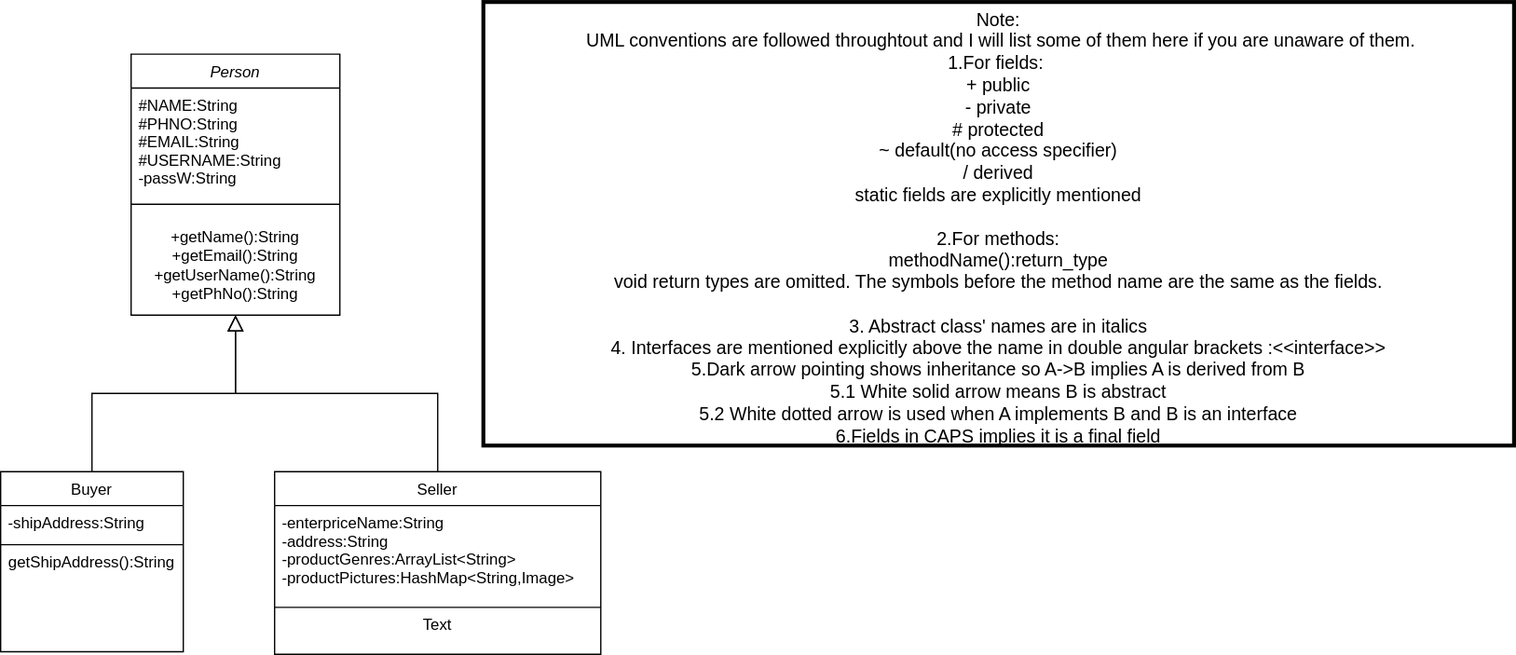
harry7337/The-Idea keeps this draw.io diagram as Class Diagram.svg. Above is the earlier version. Source tidied: cells renumbered, new cells last; positions are measured from the earlier drawing's top-left corner, leaving out a move shared by most shapes.
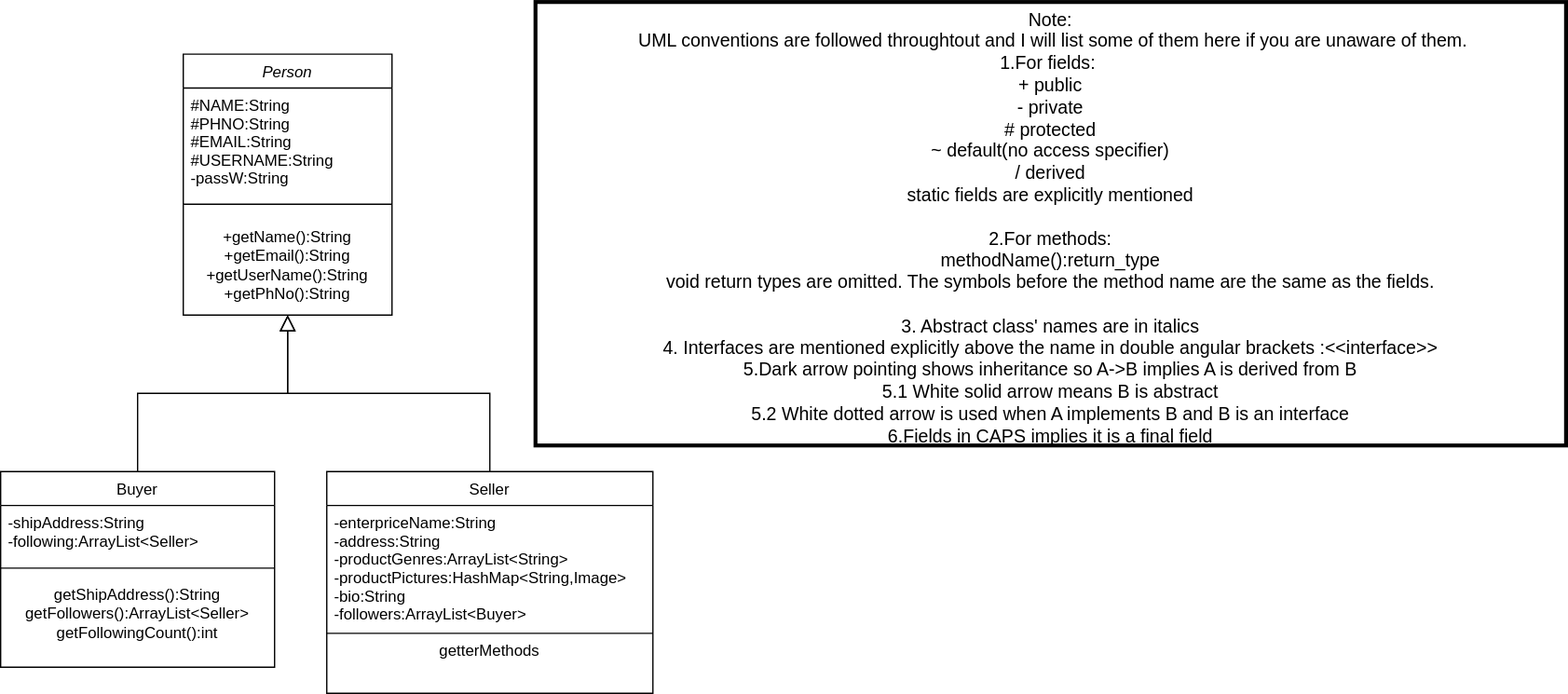
After the commit.

The edit, as a diff of the source:
```diff
@@ -15,31 +15,31 @@
       <mxGeometry y="120" width="160" height="70" as="geometry" />
     </mxCell>
     <mxCell id="6" value="Buyer" style="swimlane;fontStyle=0;align=center;verticalAlign=top;horizontal=1;startSize=26;rounded=0;shadow=0;strokeWidth=1;" parent="1" vertex="1">
-      <mxGeometry y="360" width="140" height="138" as="geometry" />
+      <mxGeometry x="-40" y="360" width="210" height="150" as="geometry" />
     </mxCell>
-    <mxCell id="7" value="-shipAddress:String" style="text;align=left;verticalAlign=top;spacingLeft=4;spacingRight=4;overflow=hidden;" parent="6" vertex="1">
-      <mxGeometry y="26" width="140" height="26" as="geometry" />
+    <mxCell id="7" value="-shipAddress:String&#10;-following:ArrayList&lt;Seller&gt;" style="text;align=left;verticalAlign=top;spacingLeft=4;spacingRight=4;overflow=hidden;" parent="6" vertex="1">
+      <mxGeometry y="26" width="210" height="44" as="geometry" />
     </mxCell>
     <mxCell id="8" style="line;html=1;strokeWidth=1;align=left;verticalAlign=middle;spacingTop=-1;spacingLeft=3;spacingRight=3;labelPosition=right;" parent="6" vertex="1">
-      <mxGeometry y="52" width="140" height="8" as="geometry" />
+      <mxGeometry y="70" width="210" height="8" as="geometry" />
     </mxCell>
-    <mxCell id="9" value="getShipAddress():String&lt;br&gt;" style="text;html=1;strokeColor=none;fillColor=none;align=center;verticalAlign=middle;whiteSpace=wrap;rounded=0;" parent="6" vertex="1">
-      <mxGeometry y="60" width="140" height="20" as="geometry" />
+    <mxCell id="9" value="getShipAddress():String&lt;br&gt;getFollowers():ArrayList&amp;lt;Seller&amp;gt;&lt;br&gt;getFollowingCount():int" style="text;html=1;strokeColor=none;fillColor=none;align=center;verticalAlign=middle;whiteSpace=wrap;rounded=0;" parent="6" vertex="1">
+      <mxGeometry y="78" width="210" height="62" as="geometry" />
     </mxCell>
     <mxCell id="10" style="endArrow=block;endSize=10;endFill=0;shadow=0;strokeWidth=1;rounded=0;edgeStyle=elbowEdgeStyle;elbow=vertical;" parent="1" edge="1" source="6" target="2">
       <mxGeometry relative="1" as="geometry" />
     </mxCell>
     <mxCell id="11" value="Seller" style="swimlane;fontStyle=0;align=center;verticalAlign=top;horizontal=1;startSize=26;rounded=0;shadow=0;strokeWidth=1;" parent="1" vertex="1">
-      <mxGeometry x="210" y="360" width="250" height="140" as="geometry" />
+      <mxGeometry x="210" y="360" width="250" height="170" as="geometry" />
     </mxCell>
-    <mxCell id="12" value="-enterpriceName:String&#10;-address:String&#10;-productGenres:ArrayList&lt;String&gt;&#10;-productPictures:HashMap&lt;String,Image&gt;" style="text;align=left;verticalAlign=top;spacingLeft=4;spacingRight=4;overflow=hidden;" parent="11" vertex="1">
-      <mxGeometry y="26" width="250" height="74" as="geometry" />
+    <mxCell id="12" value="-enterpriceName:String&#10;-address:String&#10;-productGenres:ArrayList&lt;String&gt;&#10;-productPictures:HashMap&lt;String,Image&gt;&#10;-bio:String&#10;-followers:ArrayList&lt;Buyer&gt;" style="text;align=left;verticalAlign=top;spacingLeft=4;spacingRight=4;overflow=hidden;" parent="11" vertex="1">
+      <mxGeometry y="26" width="250" height="94" as="geometry" />
     </mxCell>
     <mxCell id="13" style="line;html=1;strokeWidth=1;align=left;verticalAlign=middle;spacingTop=-1;spacingLeft=3;spacingRight=3;labelPosition=right;" parent="11" vertex="1">
-      <mxGeometry y="100" width="250" height="8" as="geometry" />
+      <mxGeometry y="120" width="250" height="8" as="geometry" />
     </mxCell>
-    <mxCell id="14" value="Text" style="text;html=1;strokeColor=none;fillColor=none;align=center;verticalAlign=middle;whiteSpace=wrap;rounded=0;" parent="11" vertex="1">
-      <mxGeometry y="108" width="250" height="20" as="geometry" />
+    <mxCell id="14" value="getterMethods" style="text;html=1;strokeColor=none;fillColor=none;align=center;verticalAlign=middle;whiteSpace=wrap;rounded=0;" parent="11" vertex="1">
+      <mxGeometry y="128" width="250" height="20" as="geometry" />
     </mxCell>
     <mxCell id="15" style="endArrow=block;endSize=10;endFill=0;shadow=0;strokeWidth=1;rounded=0;edgeStyle=elbowEdgeStyle;elbow=vertical;" parent="1" edge="1" source="11" target="2">
       <mxGeometry relative="1" as="geometry" />
```
